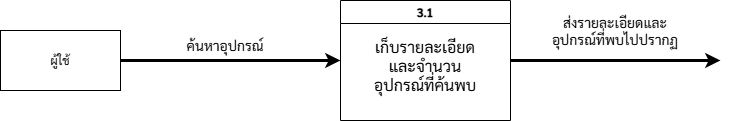
Before: Diagram/DFD/Data Flow Diagram Level 1 - 3.png, a diagram exported from draw.io (Minwatcharakorn/Project-CO-kddi). Source tidied: cells renumbered, new cells last; positions are measured from the earlier drawing's top-left corner, leaving out a move shared by most shapes.
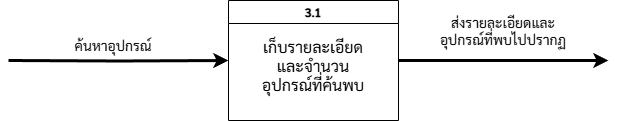
Later version of the same file.

What changed in the source:
```diff
@@ -2,15 +2,11 @@
   <root>
     <mxCell id="0" />
     <mxCell id="1" parent="0" />
-    <mxCell id="2" style="edgeStyle=orthogonalEdgeStyle;rounded=0;jettySize=auto;html=1;exitX=1;exitY=0.5;exitDx=0;exitDy=0;entryX=0;entryY=0.5;entryDx=0;entryDy=0;fontFamily=Sarabun;fontSource=https%3A%2F%2Ffonts.googleapis.com%2Fcss%3Ffamily%3DSarabun;strokeWidth=3;" parent="1" edge="1" source="3" target="6">
-      <mxGeometry relative="1" as="geometry" />
+    <mxCell id="2" style="edgeStyle=orthogonalEdgeStyle;rounded=0;jettySize=auto;html=1;exitX=1;exitY=0.5;exitDx=0;exitDy=0;entryX=0;entryY=0.5;entryDx=0;entryDy=0;fontFamily=Sarabun;fontSource=https%3A%2F%2Ffonts.googleapis.com%2Fcss%3Ffamily%3DSarabun;strokeWidth=3;" parent="1" edge="1" target="6">
+      <mxGeometry relative="1" as="geometry">
+        <mxPoint x="120" y="60" as="sourcePoint" />
+      </mxGeometry>
     </mxCell>
-    <mxCell id="3" style="rounded=0;whiteSpace=wrap;html=1;points=[[0,0,0,0,0],[0,0.25,0,0,0],[0,0.5,0,0,0],[0,0.75,0,0,0],[0,1,0,0,0],[0.13,1,0,0,0],[0.25,0,0,0,0],[0.25,1,0,0,0],[0.38,1,0,0,0],[0.5,0,0,0,0],[0.5,1,0,0,0],[0.75,0,0,0,0],[0.75,1,0,0,0],[1,0,0,0,0],[1,0.25,0,0,0],[1,0.5,0,0,0],[1,0.75,0,0,0],[1,1,0,0,0]];fontFamily=Sarabun;fontSource=https%3A%2F%2Ffonts.googleapis.com%2Fcss%3Ffamily%3DSarabun;" parent="1" vertex="1">
-      <mxGeometry y="30" width="120" height="60" as="geometry" />
-    </mxCell>
-    <mxCell id="4" value="ผู้ใช้" style="text;html=1;align=center;verticalAlign=middle;whiteSpace=wrap;rounded=0;fontFamily=Sarabun;fontSource=https%3A%2F%2Ffonts.googleapis.com%2Fcss%3Ffamily%3DSarabun;" parent="1" vertex="1">
-      <mxGeometry x="30" y="45" width="60" height="30" as="geometry" />
-    </mxCell>
     <mxCell id="5" style="edgeStyle=orthogonalEdgeStyle;rounded=0;jettySize=auto;html=1;exitX=1;exitY=0.5;exitDx=0;exitDy=0;entryX=0;entryY=0.5;entryDx=0;entryDy=0;fontFamily=Sarabun;fontSource=https%3A%2F%2Ffonts.googleapis.com%2Fcss%3Ffamily%3DSarabun;strokeWidth=3;" parent="1" edge="1" source="6">
       <mxGeometry relative="1" as="geometry">
         <mxPoint x="720" y="60" as="targetPoint" />
```
